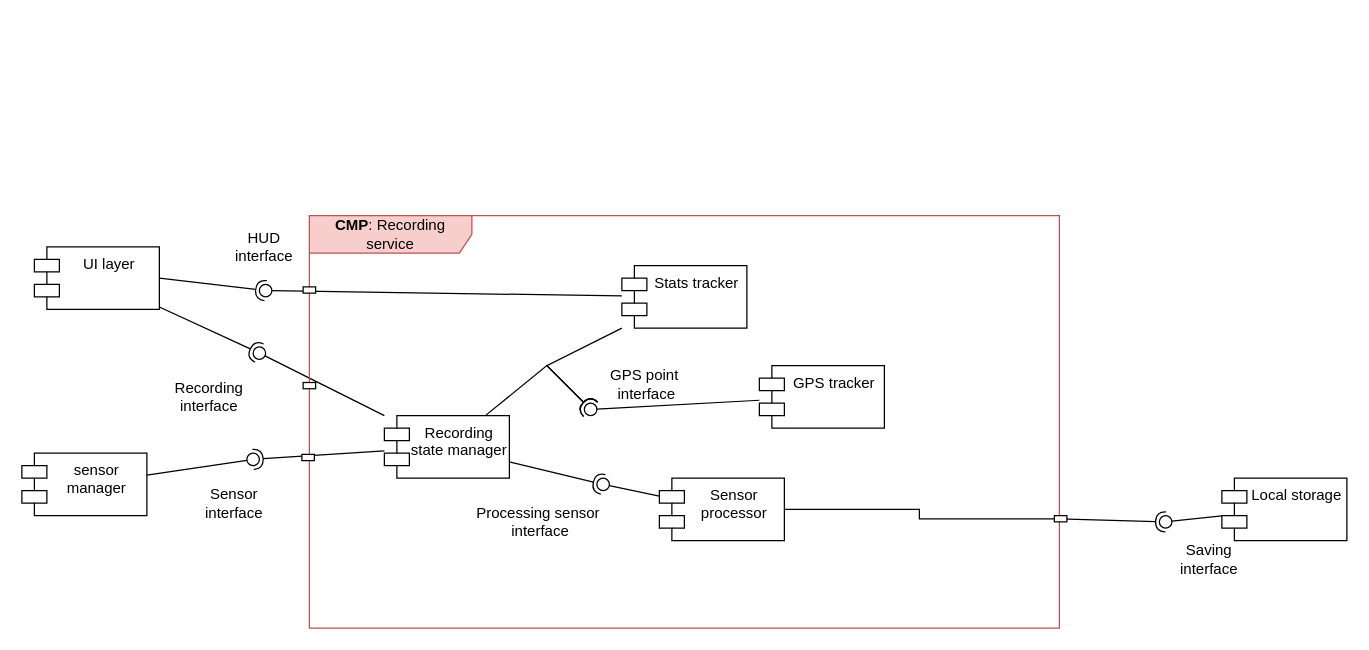
jacopobellosi/Bellosi-Montanelli-Tempobono keeps this draw.io diagram as page "Recording_detailed_view" (7 of 7) of DD/LaTeXCode/images/drawio/Component_diagram.drawio. Above is the earlier version. Source tidied: cells renumbered, new cells numbered last; positions are measured from the earlier drawing's top-left corner, leaving out a move shared by most shapes. Both pictures are drawn from the tidied source at 125%, with x=0, y=0 at pixel (21, 21).
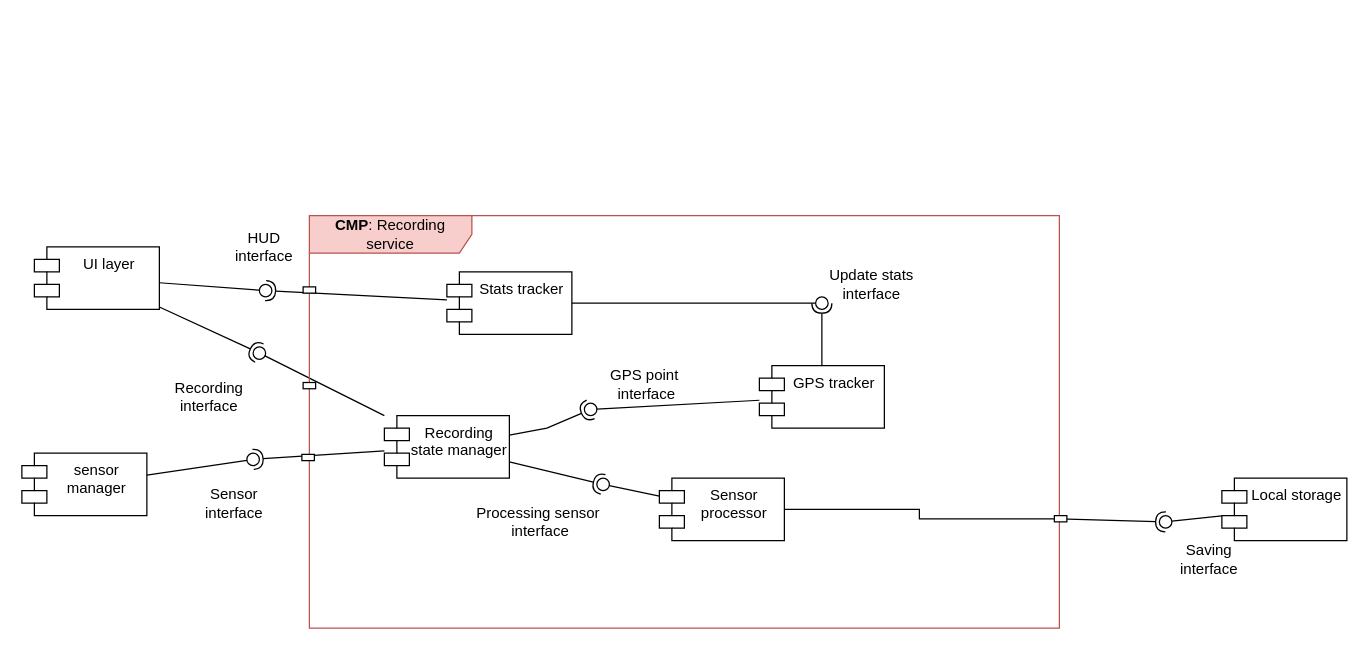
Above is the later version.

Unchanged cells that the change refers to:
```xml
<mxCell id="2" value="UI layer" style="shape=module;align=left;spacingLeft=20;align=center;verticalAlign=top;whiteSpace=wrap;html=1;" parent="1" vertex="1">
  <mxGeometry x="10" y="180" width="100" height="50" as="geometry" />
</mxCell>
<mxCell id="7" style="ellipse;whiteSpace=wrap;html=1;align=center;fillColor=none;strokeColor=none;perimeter=centerPerimeter;points=[];outlineConnect=1;" parent="1" vertex="1">
  <mxGeometry x="190" y="210" width="10" height="10" as="geometry" />
</mxCell>
<mxCell id="18" value="Recording state manager" style="shape=module;align=left;spacingLeft=20;align=center;verticalAlign=top;whiteSpace=wrap;html=1;" parent="1" vertex="1">
  <mxGeometry x="290" y="315" width="100" height="50" as="geometry" />
</mxCell>
<mxCell id="19" value="GPS tracker" style="shape=module;align=left;spacingLeft=20;align=center;verticalAlign=top;whiteSpace=wrap;html=1;" parent="1" vertex="1">
  <mxGeometry x="590" y="275" width="100" height="50" as="geometry" />
</mxCell>
<mxCell id="25" style="ellipse;whiteSpace=wrap;html=1;align=center;fillColor=none;strokeColor=none;perimeter=centerPerimeter;points=[];outlineConnect=1;" parent="1" vertex="1">
  <mxGeometry x="450" y="305" width="10" height="10" as="geometry" />
</mxCell>
```

Diff of the diagram source:
```diff
@@
-    <mxCell id="5" style="rounded=0;jettySize=auto;html=1;endArrow=halfCircle;endFill=0;endSize=6;strokeWidth=1;sketch=0;exitX=1;exitY=0.5;exitDx=0;exitDy=0;" parent="1" edge="1" source="2" target="7">
+    <mxCell id="5" style="rounded=0;jettySize=auto;html=1;endArrow=halfCircle;endFill=0;endSize=6;strokeWidth=1;sketch=0;" parent="1" edge="1" source="21" target="7">
       <mxGeometry relative="1" as="geometry" />
     </mxCell>
-    <mxCell id="6" style="rounded=0;jettySize=auto;html=1;endArrow=oval;endFill=0;sketch=0;sourcePerimeterSpacing=0;targetPerimeterSpacing=0;endSize=10;" parent="1" edge="1" source="21" target="7">
+    <mxCell id="6" style="rounded=0;jettySize=auto;html=1;endArrow=oval;endFill=0;sketch=0;sourcePerimeterSpacing=0;targetPerimeterSpacing=0;endSize=10;" parent="1" edge="1" source="2" target="7">
       <mxGeometry relative="1" as="geometry" />
     </mxCell>
@@
     <mxCell id="21" value="Stats tracker" style="shape=module;align=left;spacingLeft=20;align=center;verticalAlign=top;whiteSpace=wrap;html=1;" parent="1" vertex="1">
-      <mxGeometry x="480" y="195" width="100" height="50" as="geometry" />
+      <mxGeometry x="340" y="200" width="100" height="50" as="geometry" />
     </mxCell>
-    <mxCell id="22" style="rounded=0;jettySize=auto;html=1;endArrow=halfCircle;endFill=0;endSize=6;strokeWidth=1;sketch=0;entryX=0.472;entryY=0.07;entryDx=0;entryDy=0;entryPerimeter=0;" parent="1" edge="1" source="21" target="25">
-      <mxGeometry relative="1" as="geometry">
-        <Array as="points">
-          <mxPoint x="420" y="275" />
-        </Array>
-      </mxGeometry>
-    </mxCell>
     <mxCell id="23" style="rounded=0;jettySize=auto;html=1;endArrow=halfCircle;endFill=0;endSize=6;strokeWidth=1;sketch=0;" parent="1" edge="1" source="18" target="25">
       <mxGeometry relative="1" as="geometry">
         <Array as="points">
-          <mxPoint x="420" y="275" />
+          <mxPoint x="420" y="325" />
         </Array>
       </mxGeometry>
     </mxCell>
@@
+    <mxCell id="40" style="rounded=0;jettySize=auto;html=1;endArrow=halfCircle;endFill=0;endSize=6;strokeWidth=1;sketch=0;" parent="1" edge="1" source="19" target="42">
+      <mxGeometry relative="1" as="geometry" />
+    </mxCell>
+    <mxCell id="41" style="rounded=0;jettySize=auto;html=1;endArrow=oval;endFill=0;sketch=0;sourcePerimeterSpacing=0;targetPerimeterSpacing=0;endSize=10;" parent="1" edge="1" source="21" target="42">
+      <mxGeometry relative="1" as="geometry" />
+    </mxCell>
+    <mxCell id="42" style="ellipse;whiteSpace=wrap;html=1;align=center;fillColor=none;strokeColor=none;perimeter=centerPerimeter;points=[];outlineConnect=1;" parent="1" vertex="1">
+      <mxGeometry x="635" y="220" width="10" height="10" as="geometry" />
+    </mxCell>
+    <mxCell id="43" value="Update stats&lt;br&gt;interface" style="text;html=1;whiteSpace=wrap;strokeColor=none;fillColor=none;align=center;verticalAlign=middle;rounded=0;" parent="1" vertex="1">
+      <mxGeometry x="635" y="195" width="90" height="30" as="geometry" />
+    </mxCell>
```
